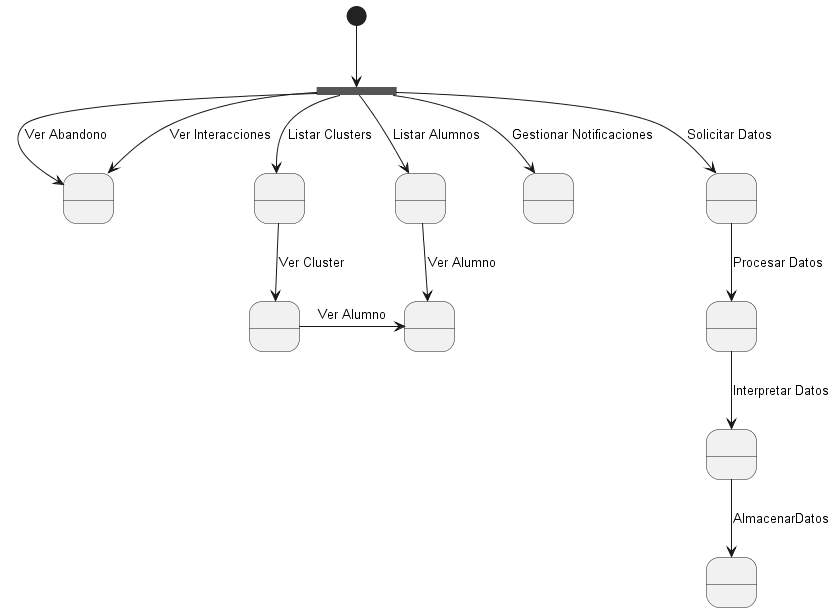
mmasias/IdSw1-22-23 keeps this PlantUML diagram as 000-entregas/Grupo1/CasosDeUso/images/Contexto.png. Above is the earlier version. The source it was exported from:
```plantuml
@startuml Contexto

State fork <<fork>>

state VerEstadisticas as " " <<state>>
state VerAlumno as " " <<state>>
state ListarClusters as " " <<state>>
state ListarAlumnos as " " <<state>>
state VerCluster as " " <<state>>
state GestionarNotificaciones as " " <<state>>
state SoliciatarDatos as " " <<state>>
state ProcesarDatos as " " <<state>>
state InterpretarDatos as " " <<state>>
state AlmacenarDatos as " " <<state>>
[*] -d-> fork
fork --> VerEstadisticas : Ver Abandono
fork --> VerEstadisticas : Ver Interacciones

fork --> ListarAlumnos : Listar Alumnos
ListarAlumnos --> VerAlumno : Ver Alumno

fork --> ListarClusters : Listar Clusters
ListarClusters --> VerCluster : Ver Cluster
VerCluster -> VerAlumno : Ver Alumno
fork --> GestionarNotificaciones : Gestionar Notificaciones
fork --> SoliciatarDatos : Solicitar Datos
SoliciatarDatos --> ProcesarDatos : Procesar Datos
ProcesarDatos --> InterpretarDatos : Interpretar Datos
InterpretarDatos-->AlmacenarDatos : AlmacenarDatos
@enduml
```
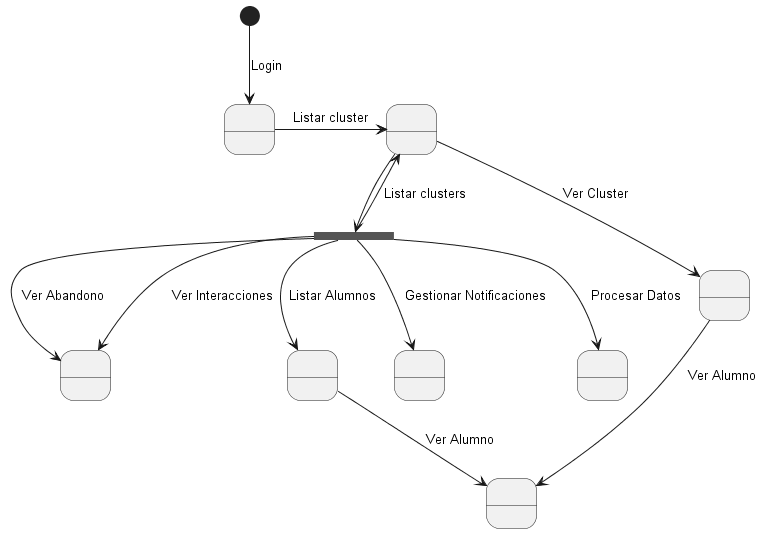
After the change.

What changed in the source:
```diff
@@ -8,23 +8,30 @@
 state ListarAlumnos as " " <<state>>
 state VerCluster as " " <<state>>
 state GestionarNotificaciones as " " <<state>>
-state SoliciatarDatos as " " <<state>>
 state ProcesarDatos as " " <<state>>
-state InterpretarDatos as " " <<state>>
-state AlmacenarDatos as " " <<state>>
-[*] -d-> fork
+state Login as " " <<state>>
+
+
+[*] -d-> Login : Login
+
+Login -r-> ListarClusters : Listar cluster
+
+ListarClusters -d-> fork
+
+ListarClusters --> VerCluster : Ver Cluster
+VerCluster --> VerAlumno : Ver Alumno
+
+
 fork --> VerEstadisticas : Ver Abandono
 fork --> VerEstadisticas : Ver Interacciones
+fork --> ListarAlumnos : Listar Alumnos
+fork --> GestionarNotificaciones : Gestionar Notificaciones
+fork --> ProcesarDatos : Procesar Datos
+fork --> ListarClusters : Listar clusters
 
-fork --> ListarAlumnos : Listar Alumnos
 ListarAlumnos --> VerAlumno : Ver Alumno
 
-fork --> ListarClusters : Listar Clusters
-ListarClusters --> VerCluster : Ver Cluster
-VerCluster -> VerAlumno : Ver Alumno
-fork --> GestionarNotificaciones : Gestionar Notificaciones
-fork --> SoliciatarDatos : Solicitar Datos
-SoliciatarDatos --> ProcesarDatos : Procesar Datos
-ProcesarDatos --> InterpretarDatos : Interpretar Datos
-InterpretarDatos-->AlmacenarDatos : AlmacenarDatos
+
+
+
 @enduml
```
